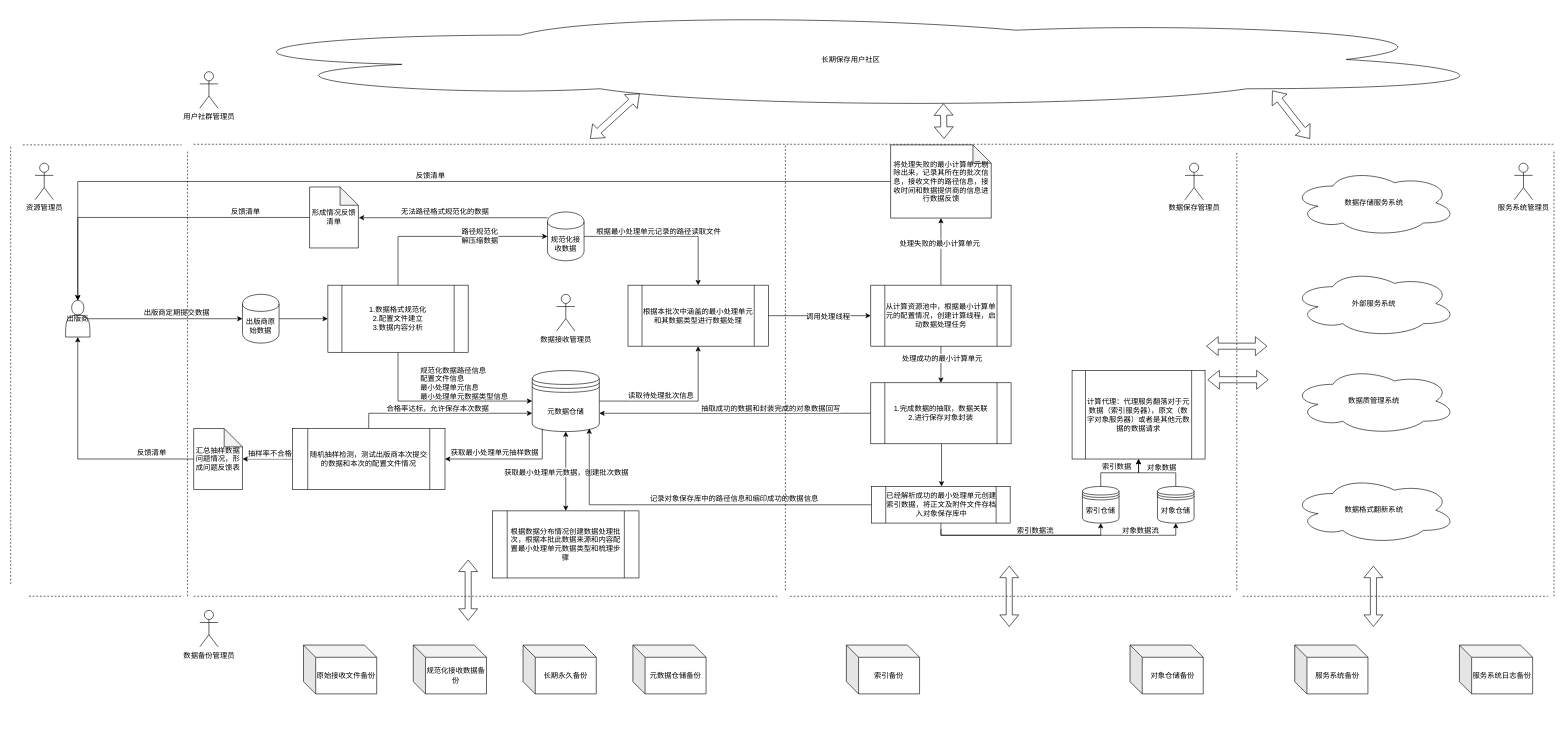
This is DPSNEW_er.drawio from czjczj20/draw.io, a draw.io file, before an edit. Source tidied: cells renumbered, new cells numbered last; positions are measured from the earlier drawing's top-left corner, leaving out a move shared by most shapes. Both pictures are drawn from the tidied source at 61%, with x=0, y=0 at pixel (10, 10).
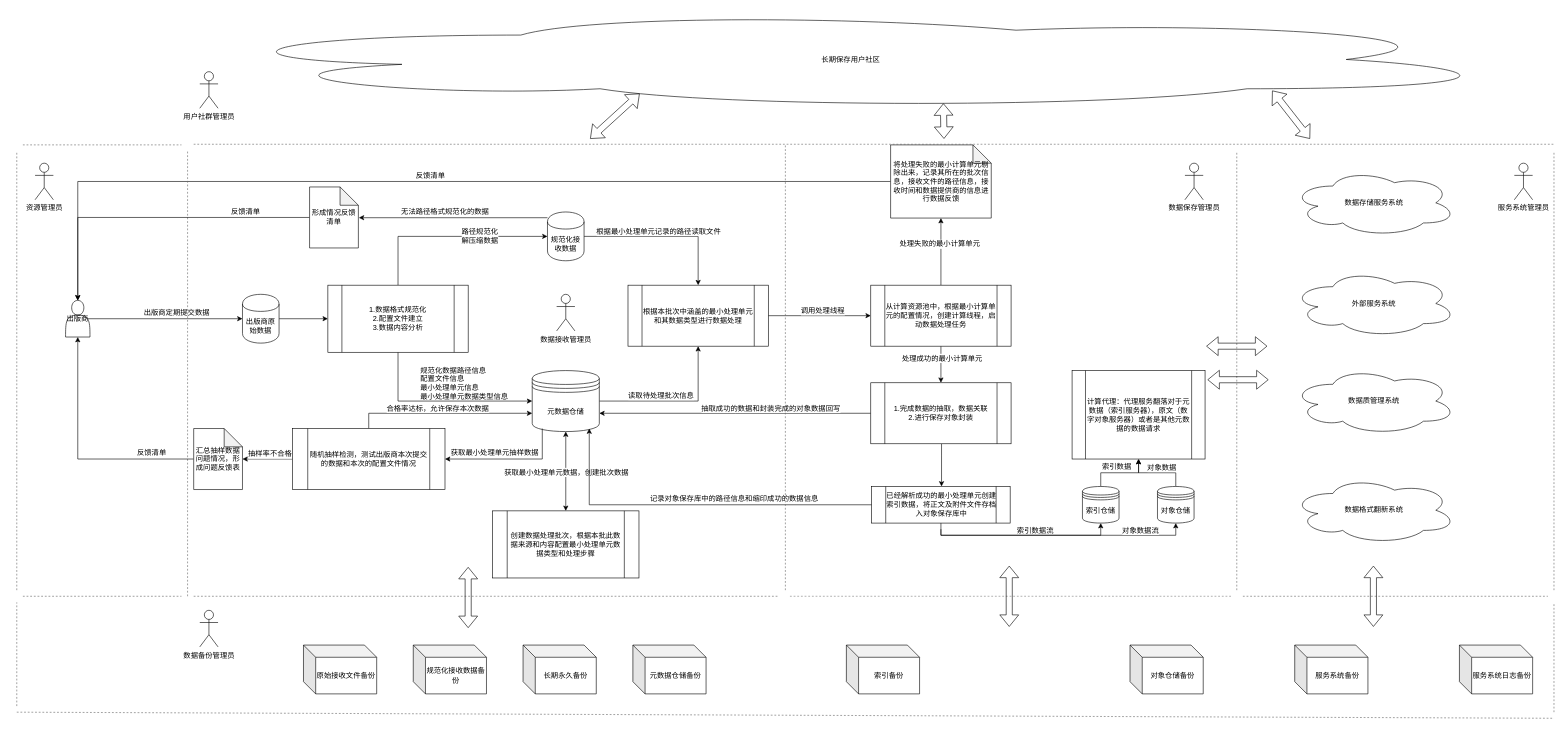
Above is the later version.

The change refers to these unchanged cells:
```xml
<mxCell id="6" value="1.数据格式规范化&lt;br&gt;2.配置文件建立&lt;br&gt;3.数据内容分析&lt;br&gt;" style="shape=process;whiteSpace=wrap;html=1;backgroundOutline=1;" parent="1" vertex="1">
  <mxGeometry x="520" y="450" width="230" height="110" as="geometry" />
</mxCell>
<mxCell id="11" value="规范化接收数据" style="shape=cylinder;whiteSpace=wrap;html=1;boundedLbl=1;backgroundOutline=1;" parent="1" vertex="1">
  <mxGeometry x="880" y="330" width="60" height="80" as="geometry" />
</mxCell>
<mxCell id="12" value="&lt;span&gt;出版商原始数据&lt;/span&gt;" style="shape=cylinder;whiteSpace=wrap;html=1;boundedLbl=1;backgroundOutline=1;" parent="1" vertex="1">
  <mxGeometry x="380" y="465" width="60" height="80" as="geometry" />
</mxCell>
<mxCell id="22" style="edgeStyle=orthogonalEdgeStyle;rounded=0;jettySize=auto;html=1;" parent="1" edge="1" source="24" target="29">
  <mxGeometry relative="1" as="geometry" />
</mxCell>
```

What changed in the source:
```diff
@@
-    <mxCell id="2" style="edgeStyle=orthogonalEdgeStyle;rounded=0;jettySize=auto;html=1;entryX=0;entryY=0.5;entryDx=0;entryDy=0;exitX=1;exitY=0.5;exitDx=0;exitDy=0;" parent="1" edge="1" source="12" target="6">
+    <mxCell id="2" value="&lt;p&gt;&lt;br&gt;&lt;/p&gt;" style="edgeStyle=orthogonalEdgeStyle;rounded=0;jettySize=auto;html=1;entryX=0;entryY=0.5;entryDx=0;entryDy=0;exitX=1;exitY=0.5;exitDx=0;exitDy=0;" parent="1" edge="1" source="12" target="6">
       <mxGeometry relative="1" as="geometry" />
     </mxCell>
     <mxCell id="3" style="edgeStyle=orthogonalEdgeStyle;rounded=0;jettySize=auto;html=1;entryX=0;entryY=0.5;entryDx=0;entryDy=0;exitX=0.5;exitY=0;exitDx=0;exitDy=0;" parent="1" edge="1" source="6" target="11">
-      <mxGeometry relative="1" as="geometry" />
+      <mxGeometry relative="1" as="geometry">
+        <Array as="points">
+          <mxPoint x="635" y="370" />
+        </Array>
+      </mxGeometry>
     </mxCell>
@@
-    <mxCell id="19" value="根据数据分布情况创建数据处理批次，根据本批此数据来源和内容配置最小处理单元数据类型和梳理步骤" style="shape=process;whiteSpace=wrap;html=1;backgroundOutline=1;" parent="1" vertex="1">
+    <mxCell id="19" value="创建数据处理批次，根据本批此数据来源和内容配置最小处理单元数据类型和处理步骤" style="shape=process;whiteSpace=wrap;html=1;backgroundOutline=1;" parent="1" vertex="1">
       <mxGeometry x="790" y="820" width="240" height="110" as="geometry" />
     </mxCell>
@@
     <mxCell id="23" value="调用处理线程" style="text;html=1;align=center;verticalAlign=middle;labelBackgroundColor=#ffffff;" parent="22" vertex="1">
-      <mxGeometry x="0.16" y="-1" relative="1" as="geometry" />
+      <mxGeometry x="0.16" y="-1" relative="1" as="geometry">
+        <mxPoint x="-9" y="-10" as="offset" />
+      </mxGeometry>
     </mxCell>
@@
-    <mxCell id="51" style="endArrow=none;dashed=1;html=1;" parent="1" edge="1">
+    <mxCell id="51" style="endArrow=none;dashed=1;html=1;fillColor=#000000;strokeColor=#666666;" parent="1" edge="1">
       <mxGeometry relative="1" as="geometry">
         <mxPoint x="1270" y="950" as="sourcePoint" />
         <mxPoint x="1270" y="220" as="targetPoint" />
       </mxGeometry>
     </mxCell>
-    <mxCell id="52" style="endArrow=none;dashed=1;html=1;" parent="1" edge="1">
+    <mxCell id="52" style="endArrow=none;dashed=1;html=1;strokeColor=#666666;" parent="1" edge="1">
       <mxGeometry relative="1" as="geometry">
         <mxPoint x="2010" y="950" as="sourcePoint" />
         <mxPoint x="2010" y="230" as="targetPoint" />
       </mxGeometry>
     </mxCell>
@@
-    <mxCell id="54" style="endArrow=none;dashed=1;html=1;" parent="1" edge="1">
+    <mxCell id="54" style="endArrow=none;dashed=1;html=1;strokeColor=#666666;" parent="1" edge="1">
       <mxGeometry relative="1" as="geometry">
         <mxPoint x="290" y="960" as="sourcePoint" />
         <mxPoint x="290" y="230" as="targetPoint" />
       </mxGeometry>
     </mxCell>
@@
-    <mxCell id="57" style="endArrow=none;dashed=1;html=1;" parent="1" edge="1">
+    <mxCell id="57" style="endArrow=none;dashed=1;html=1;strokeColor=#666666;" parent="1" edge="1">
       <mxGeometry relative="1" as="geometry">
         <mxPoint x="300" y="960" as="sourcePoint" />
         <mxPoint x="1260" y="960" as="targetPoint" />
       </mxGeometry>
     </mxCell>
-    <mxCell id="58" style="endArrow=none;dashed=1;html=1;" parent="1" edge="1">
+    <mxCell id="58" style="endArrow=none;dashed=1;html=1;strokeColor=#808080;" parent="1" edge="1">
       <mxGeometry relative="1" as="geometry">
         <mxPoint x="1277.5" y="960" as="sourcePoint" />
         <mxPoint x="2002.5" y="960" as="targetPoint" />
       </mxGeometry>
     </mxCell>
@@
-    <mxCell id="67" style="endArrow=none;dashed=1;html=1;" parent="1" edge="1">
+    <mxCell id="67" style="endArrow=none;dashed=1;html=1;strokeColor=#666666;" parent="1" edge="1">
       <mxGeometry relative="1" as="geometry">
-        <mxPoint x="2530" y="960" as="sourcePoint" />
+        <mxPoint x="2530" y="950" as="sourcePoint" />
         <mxPoint x="2530" y="230" as="targetPoint" />
       </mxGeometry>
     </mxCell>
-    <mxCell id="68" style="endArrow=none;dashed=1;html=1;" parent="1" edge="1">
+    <mxCell id="68" style="endArrow=none;dashed=1;html=1;strokeColor=#666666;" parent="1" edge="1">
       <mxGeometry relative="1" as="geometry">
         <mxPoint x="2020" y="960" as="sourcePoint" />
         <mxPoint x="2520" y="960" as="targetPoint" />
       </mxGeometry>
     </mxCell>
@@
     <mxCell id="75" style="shape=flexArrow;endArrow=classic;startArrow=classic;html=1;" parent="1" edge="1">
       <mxGeometry relative="1" as="geometry">
-        <mxPoint x="750" y="1000" as="sourcePoint" />
-        <mxPoint x="750" y="900" as="targetPoint" />
+        <mxPoint x="750" y="1012" as="sourcePoint" />
+        <mxPoint x="750" y="912" as="targetPoint" />
       </mxGeometry>
     </mxCell>
@@
-    <mxCell id="78" style="endArrow=none;dashed=1;html=1;" parent="1" edge="1">
+    <mxCell id="78" style="endArrow=none;dashed=1;html=1;strokeColor=#666666;" parent="1" edge="1">
       <mxGeometry relative="1" as="geometry">
         <mxPoint x="300" y="219" as="sourcePoint" />
         <mxPoint x="2530" y="219" as="targetPoint" />
       </mxGeometry>
     </mxCell>
@@
-    <mxCell id="100" style="endArrow=none;dashed=1;html=1;" parent="1" edge="1">
+    <mxCell id="100" style="endArrow=none;dashed=1;html=1;strokeColor=#666666;" parent="1" edge="1">
       <mxGeometry relative="1" as="geometry">
         <mxPoint x="20" y="220" as="sourcePoint" />
         <mxPoint x="280" y="220" as="targetPoint" />
       </mxGeometry>
     </mxCell>
-    <mxCell id="101" style="endArrow=none;dashed=1;html=1;" parent="1" edge="1">
+    <mxCell id="101" style="endArrow=none;dashed=1;html=1;strokeColor=#666666;" parent="1" edge="1">
       <mxGeometry relative="1" as="geometry">
-        <mxPoint x="30" y="960" as="sourcePoint" />
+        <mxPoint x="20" y="960" as="sourcePoint" />
         <mxPoint x="280" y="960" as="targetPoint" />
       </mxGeometry>
     </mxCell>
-    <mxCell id="102" style="endArrow=none;dashed=1;html=1;" parent="1" edge="1">
+    <mxCell id="102" style="endArrow=none;dashed=1;html=1;strokeColor=#666666;" parent="1" edge="1">
       <mxGeometry relative="1" as="geometry">
-        <mxPoint y="940" as="sourcePoint" />
-        <mxPoint y="220" as="targetPoint" />
+        <mxPoint x="10" y="950" as="sourcePoint" />
+        <mxPoint x="10" y="230" as="targetPoint" />
       </mxGeometry>
     </mxCell>
+    <mxCell id="103" style="endArrow=none;dashed=1;html=1;strokeColor=#666666;" parent="1" edge="1">
+      <mxGeometry relative="1" as="geometry">
+        <mxPoint x="10" y="1150" as="sourcePoint" />
+        <mxPoint x="2530" y="1160" as="targetPoint" />
+      </mxGeometry>
+    </mxCell>
+    <mxCell id="104" style="endArrow=none;dashed=1;html=1;strokeColor=#666666;" parent="1" edge="1">
+      <mxGeometry relative="1" as="geometry">
+        <mxPoint x="10" y="1140" as="sourcePoint" />
+        <mxPoint x="10" y="970" as="targetPoint" />
+      </mxGeometry>
+    </mxCell>
+    <mxCell id="105" style="endArrow=none;dashed=1;html=1;strokeColor=#666666;" parent="1" edge="1">
+      <mxGeometry relative="1" as="geometry">
+        <mxPoint x="2530" y="1150" as="sourcePoint" />
+        <mxPoint x="2530" y="970" as="targetPoint" />
+      </mxGeometry>
+    </mxCell>
```
